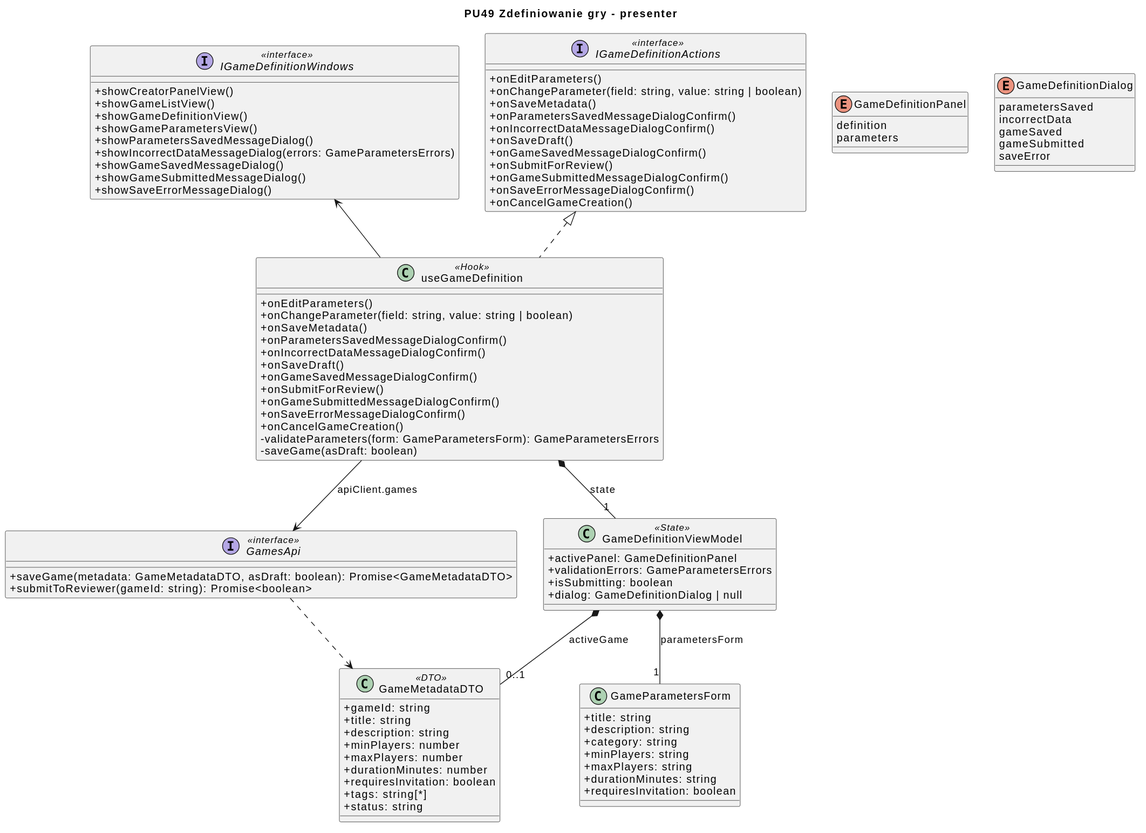
Igor-Ochocki/POP-2026Z keeps this PlantUML diagram as diagrams/frontend/rendered/game-definition-presenter.svg. Above is the earlier version.
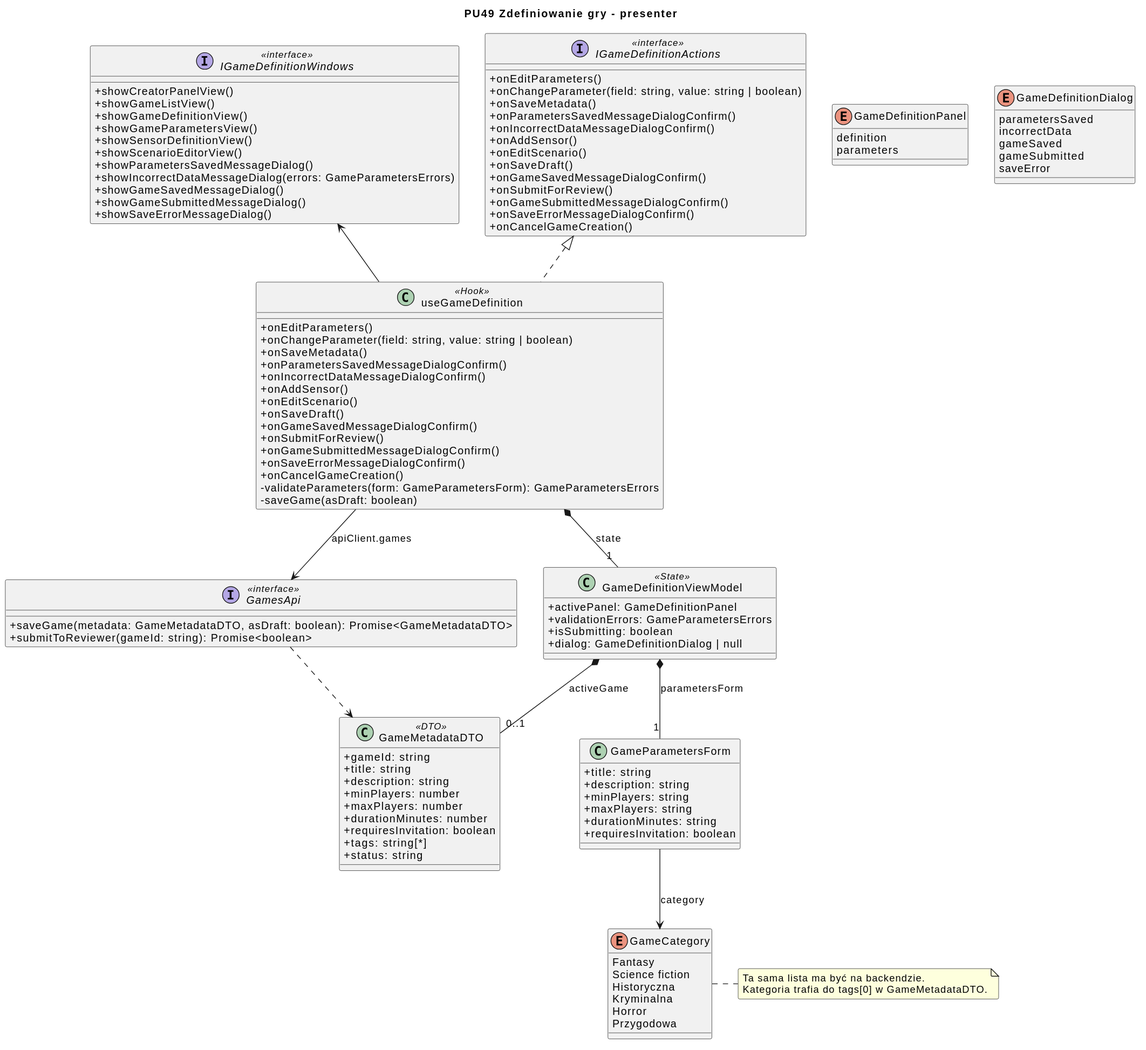
Above is the later version.

Commit message:
PU49/fe: diagramy - enum kategorii, scenariusze B i C

What changed in the source:
```diff
@@ -13,6 +13,8 @@
     + onSaveMetadata()
     + onParametersSavedMessageDialogConfirm()
     + onIncorrectDataMessageDialogConfirm()
+    + onAddSensor()
+    + onEditScenario()
     + onSaveDraft()
     + onGameSavedMessageDialogConfirm()
     + onSubmitForReview()
@@ -29,6 +31,8 @@
     + onSaveMetadata()
     + onParametersSavedMessageDialogConfirm()
     + onIncorrectDataMessageDialogConfirm()
+    + onAddSensor()
+    + onEditScenario()
     + onSaveDraft()
     + onGameSavedMessageDialogConfirm()
     + onSubmitForReview()
@@ -42,6 +46,8 @@
     + showGameListView()
     + showGameDefinitionView()
     + showGameParametersView()
+    + showSensorDefinitionView()
+    + showScenarioEditorView()
     + showParametersSavedMessageDialog()
     + showIncorrectDataMessageDialog(errors: GameParametersErrors)
     + showGameSavedMessageDialog()
@@ -77,11 +83,19 @@
 class GameParametersForm {
     + title: string
     + description: string
-    + category: string
     + minPlayers: string
     + maxPlayers: string
     + durationMinutes: string
     + requiresInvitation: boolean
+}
+
+enum GameCategory {
+    Fantasy
+    Science fiction
+    Historyczna
+    Kryminalna
+    Horror
+    Przygodowa
 }
 
 class GameMetadataDTO <<DTO>> {
@@ -104,4 +118,10 @@
 GameDefinitionViewModel *-- "1" GameParametersForm : parametersForm
 GameDefinitionViewModel *-- "0..1" GameMetadataDTO : activeGame
 GamesApi ..> GameMetadataDTO
+GameParametersForm --> GameCategory : category
+
+note right of GameCategory
+    Ta sama lista ma być na backendzie.
+    Kategoria trafia do tags[0] w GameMetadataDTO.
+end note
 @enduml
```
